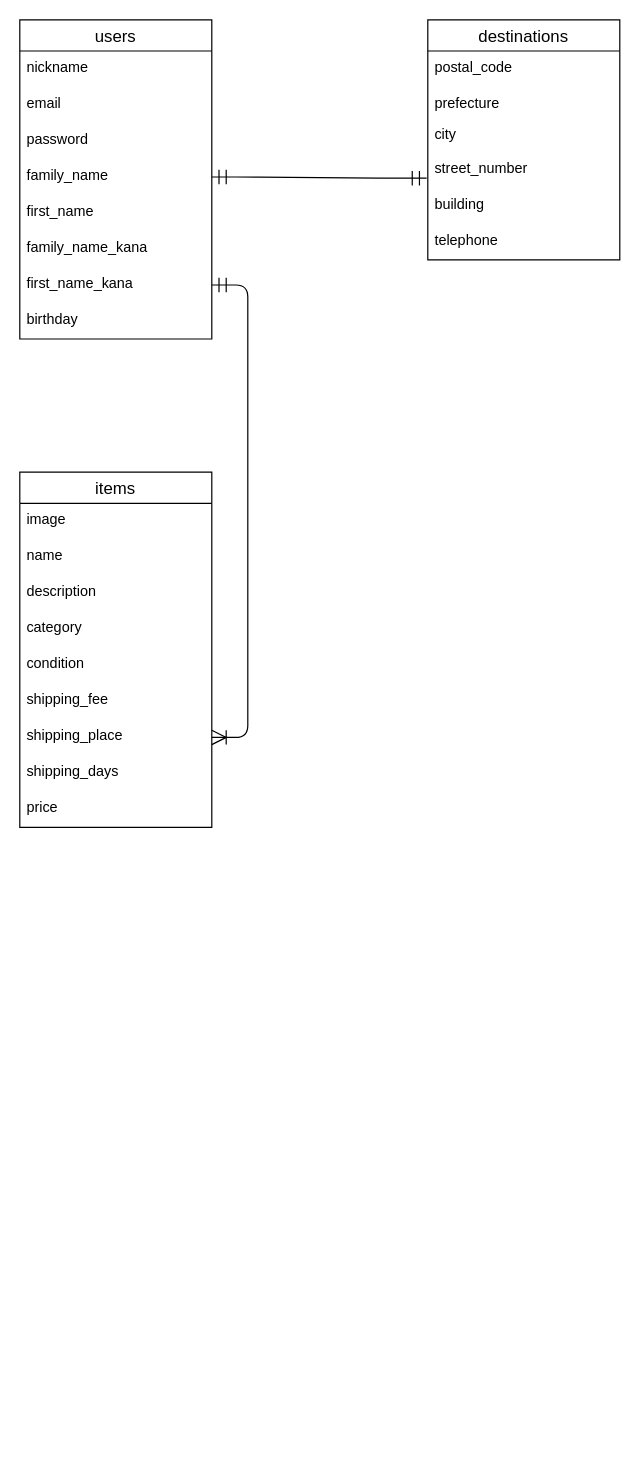
Above: test.dio in mayu-torii/furima-35418 (draw.io), before the change. Source tidied: cells renumbered, new cells numbered last; positions are measured from the earlier drawing's top-left corner, leaving out a move shared by most shapes. Both pictures are drawn from the tidied source at 120%, with x=0, y=0 at pixel (19, 19).
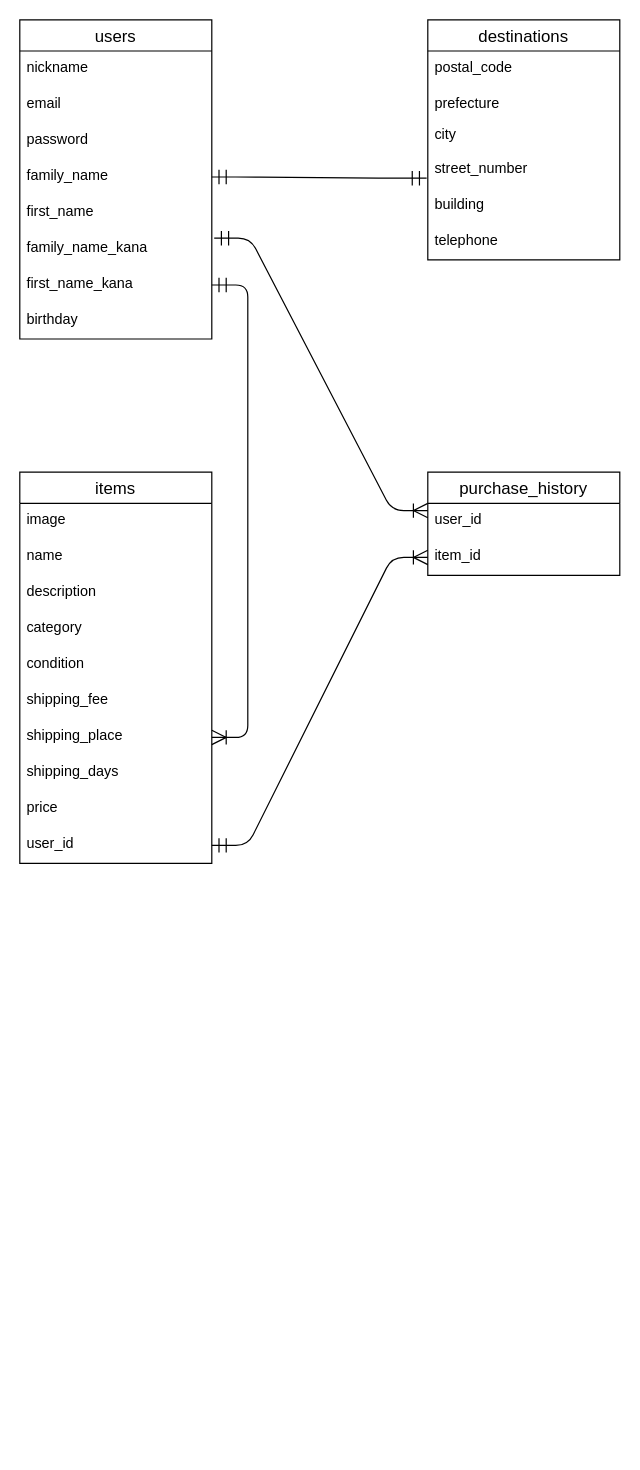
Above is the later version.

Commit message (it also covers changes not shown here):
ER図、README修正

The change refers to these unchanged cells:
```xml
<mxCell id="5" value="description" style="text;strokeColor=none;fillColor=none;spacingLeft=4;spacingRight=4;overflow=hidden;points=[[0,0.5],[1,0.5]];portConstraint=eastwest;fontSize=12;" parent="2" vertex="1">
  <mxGeometry y="86" width="160" height="30" as="geometry" />
</mxCell>
```

The edit, as a diff of the source:
```diff
@@
     <mxCell id="2" value="items" style="swimlane;fontStyle=0;horizontal=1;startSize=26;align=center;fontSize=14;" parent="1" vertex="1">
-      <mxGeometry y="377" width="160" height="296" as="geometry" />
+      <mxGeometry y="377" width="160" height="326" as="geometry" />
     </mxCell>
@@
+    <mxCell id="32" value="user_id" style="text;strokeColor=none;fillColor=none;spacingLeft=4;spacingRight=4;overflow=hidden;points=[[0,0.5],[1,0.5]];portConstraint=eastwest;fontSize=12;" parent="2" vertex="1">
+      <mxGeometry y="296" width="160" height="30" as="geometry" />
+    </mxCell>
+    <mxCell id="33" style="edgeStyle=orthogonalEdgeStyle;rounded=0;orthogonalLoop=1;jettySize=auto;html=1;exitX=1;exitY=0.5;exitDx=0;exitDy=0;startSize=10;endSize=10;" parent="2" edge="1" source="5" target="5">
+      <mxGeometry relative="1" as="geometry" />
+    </mxCell>
@@
+    <mxCell id="34" value="purchase_history" style="swimlane;fontStyle=0;horizontal=1;startSize=26;align=center;fontSize=14;" parent="1" vertex="1">
+      <mxGeometry x="340" y="377" width="160" height="86" as="geometry" />
+    </mxCell>
+    <mxCell id="35" value="user_id" style="text;strokeColor=none;fillColor=none;spacingLeft=4;spacingRight=4;overflow=hidden;fontSize=12;" parent="34" vertex="1">
+      <mxGeometry y="26" width="160" height="30" as="geometry" />
+    </mxCell>
+    <mxCell id="36" value="item_id" style="text;strokeColor=none;fillColor=none;spacingLeft=4;spacingRight=4;overflow=hidden;points=[[0,0.5],[1,0.5]];portConstraint=eastwest;fontSize=12;" parent="34" vertex="1">
+      <mxGeometry y="56" width="160" height="30" as="geometry" />
+    </mxCell>
+    <mxCell id="37" style="edgeStyle=entityRelationEdgeStyle;fontSize=12;html=1;endArrow=ERoneToMany;startArrow=ERmandOne;exitX=1;exitY=0.5;exitDx=0;exitDy=0;endSize=10;startSize=10;entryX=0;entryY=0.5;entryDx=0;entryDy=0;" parent="1" edge="1" source="32" target="36">
+      <mxGeometry relative="1" as="geometry" />
+    </mxCell>
+    <mxCell id="38" style="edgeStyle=entityRelationEdgeStyle;fontSize=12;html=1;endArrow=ERoneToMany;startArrow=ERmandOne;endSize=10;startSize=10;" parent="1" edge="1">
+      <mxGeometry relative="1" as="geometry">
+        <mxPoint x="162" y="182" as="sourcePoint" />
+        <mxPoint x="340" y="409" as="targetPoint" />
+      </mxGeometry>
+    </mxCell>
```
